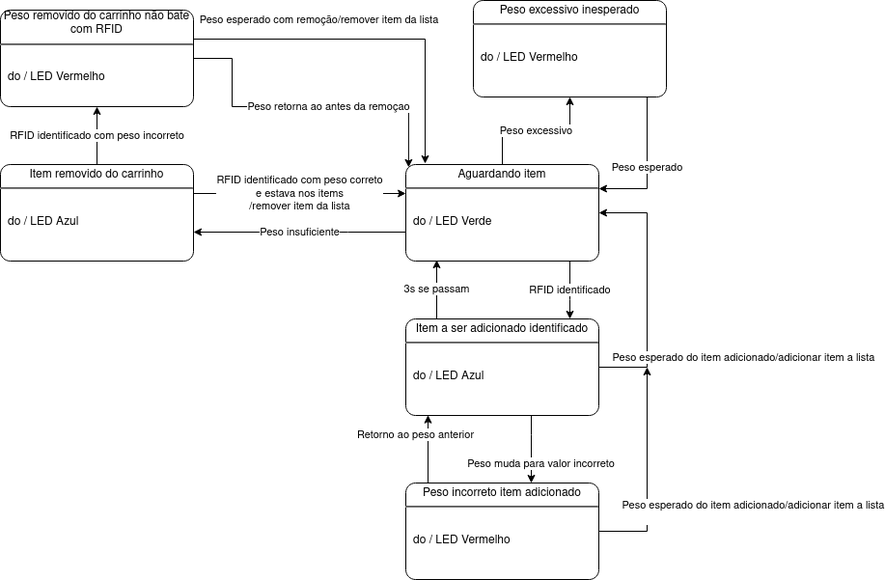
Earlier version of the draw.io export diagrama carrinho gerenciamento compras.png (pedrofrancescon/EasyMarket). Source tidied: cells renumbered, new cells last; positions are measured from the earlier drawing's top-left corner, leaving out a move shared by most shapes.
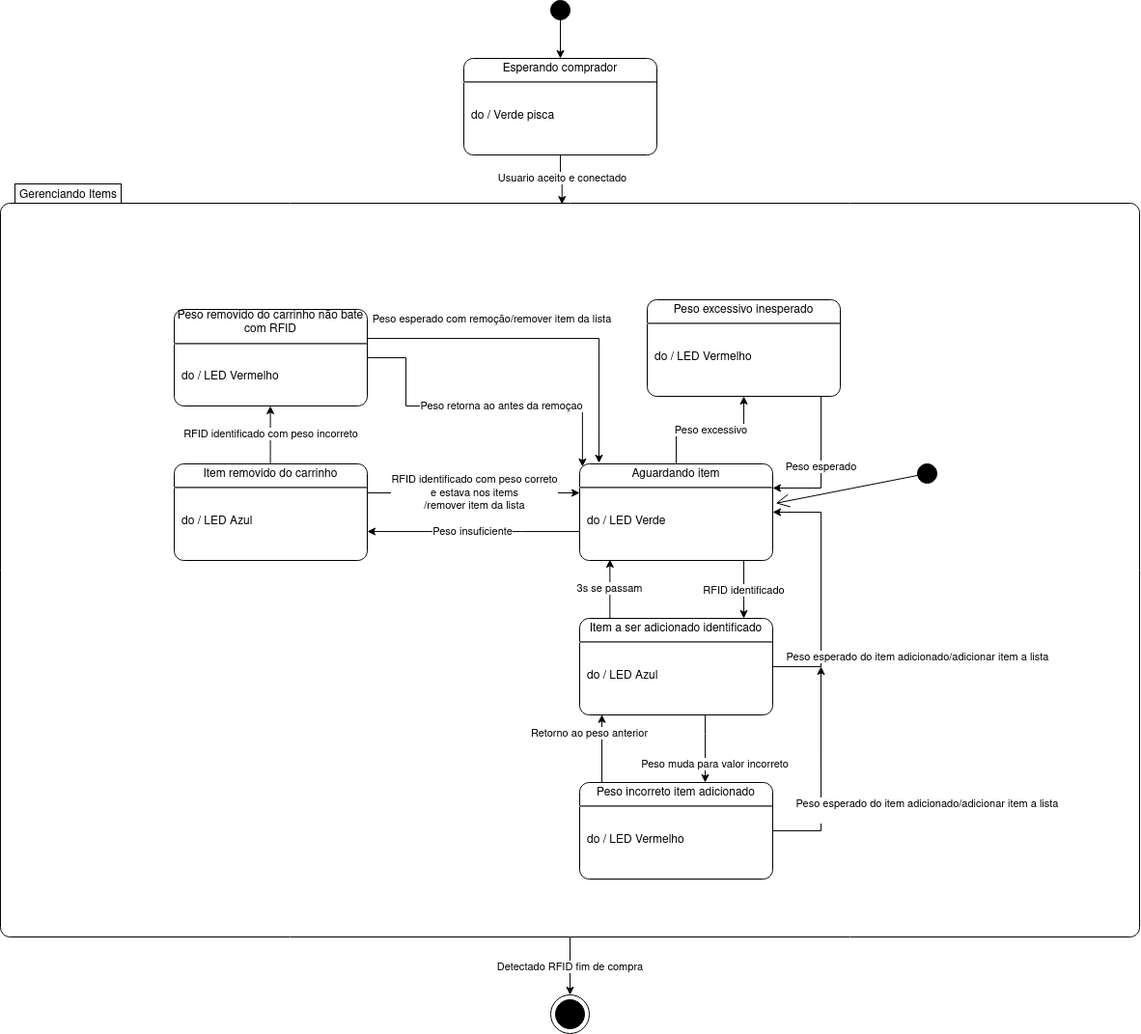
The same diagram one commit later.

What changed in the source:
```diff
@@ -2,6 +2,12 @@
   <root>
     <mxCell id="0" />
     <mxCell id="1" parent="0" />
+    <mxCell id="21" value="Detectado RFID fim de compra" style="edgeStyle=orthogonalEdgeStyle;rounded=0;jettySize=auto;html=1;" parent="1" edge="1" source="22" target="25">
+      <mxGeometry relative="1" as="geometry" />
+    </mxCell>
+    <mxCell id="22" value="Gerenciando Items" style="shape=mxgraph.sysml.compState;align=left;verticalAlign=top;spacingTop=-3;spacingLeft=18;strokeWidth=1;" parent="1" vertex="1">
+      <mxGeometry x="-180" y="-120" width="1180" height="780" as="geometry" />
+    </mxCell>
     <mxCell id="2" value="RFID identificado com peso correto &lt;br&gt;e estava nos items&lt;br&gt;/remover item da lista" style="edgeStyle=orthogonalEdgeStyle;rounded=0;jettySize=auto;html=1;" parent="1" edge="1" source="4" target="11">
       <mxGeometry relative="1" as="geometry">
         <Array as="points">
@@ -108,5 +114,31 @@
     <mxCell id="20" value="Peso removido do carrinho não bate com RFID&lt;br&gt;&lt;hr&gt;&lt;p&gt;&lt;/p&gt;&lt;p style=&quot;margin: 0px ; margin-left: 8px ; text-align: left&quot;&gt;&lt;br&gt;do / LED Vermelho&lt;br&gt;&lt;br&gt;&lt;/p&gt;" style="shape=mxgraph.sysml.simpleState;html=1;overflow=fill;whiteSpace=wrap;align=center;" parent="1" vertex="1">
       <mxGeometry y="10" width="200" height="100" as="geometry" />
     </mxCell>
+    <mxCell id="23" style="shape=ellipse;html=1;fillColor=#000000;verticalLabelPosition=bottom;labelBackgroundColor=#ffffff;verticalAlign=top;" parent="1" vertex="1">
+      <mxGeometry x="770" y="170" width="20" height="20" as="geometry" />
+    </mxCell>
+    <mxCell id="24" style="strokeColor=inherit;fillColor=inherit;gradientColor=inherit;edgeStyle=none;html=1;endArrow=open;endSize=12;entryX=1.016;entryY=0.408;entryDx=0;entryDy=0;entryPerimeter=0;" parent="1" edge="1" source="23" target="11">
+      <mxGeometry relative="1" as="geometry" />
+    </mxCell>
+    <mxCell id="25" style="shape=mxgraph.sysml.actFinal;html=1;verticalLabelPosition=bottom;labelBackgroundColor=#ffffff;verticalAlign=top;" parent="1" vertex="1">
+      <mxGeometry x="390" y="720" width="40" height="40" as="geometry" />
+    </mxCell>
+    <mxCell id="26" style="edgeStyle=orthogonalEdgeStyle;rounded=0;jettySize=auto;html=1;" parent="1" edge="1" source="27" target="29">
+      <mxGeometry relative="1" as="geometry" />
+    </mxCell>
+    <mxCell id="27" style="shape=ellipse;html=1;fillColor=#000000;verticalLabelPosition=bottom;labelBackgroundColor=#ffffff;verticalAlign=top;" parent="1" vertex="1">
+      <mxGeometry x="390" y="-310" width="20" height="20" as="geometry" />
+    </mxCell>
+    <mxCell id="28" value="Usuario aceito e conectado" style="edgeStyle=orthogonalEdgeStyle;rounded=0;jettySize=auto;html=1;entryX=0.493;entryY=0.027;entryDx=0;entryDy=0;entryPerimeter=0;" parent="1" edge="1" source="29" target="22">
+      <mxGeometry relative="1" as="geometry">
+        <Array as="points">
+          <mxPoint x="400" y="-130" />
+          <mxPoint x="402" y="-130" />
+        </Array>
+      </mxGeometry>
+    </mxCell>
+    <mxCell id="29" value="&lt;p style=&quot;margin: 0px ; margin-top: 4px ; text-align: center&quot;&gt;Esperando comprador&lt;br&gt;&lt;/p&gt;&lt;hr&gt;&lt;p&gt;&lt;/p&gt;&lt;p style=&quot;margin: 0px ; margin-left: 8px ; text-align: left&quot;&gt;&lt;br&gt;do / Verde pisca&lt;br&gt;&lt;br&gt;&lt;/p&gt;" style="shape=mxgraph.sysml.simpleState;html=1;overflow=fill;whiteSpace=wrap;align=center;" parent="1" vertex="1">
+      <mxGeometry x="300" y="-250" width="200" height="100" as="geometry" />
+    </mxCell>
   </root>
 </mxGraphModel>
```
